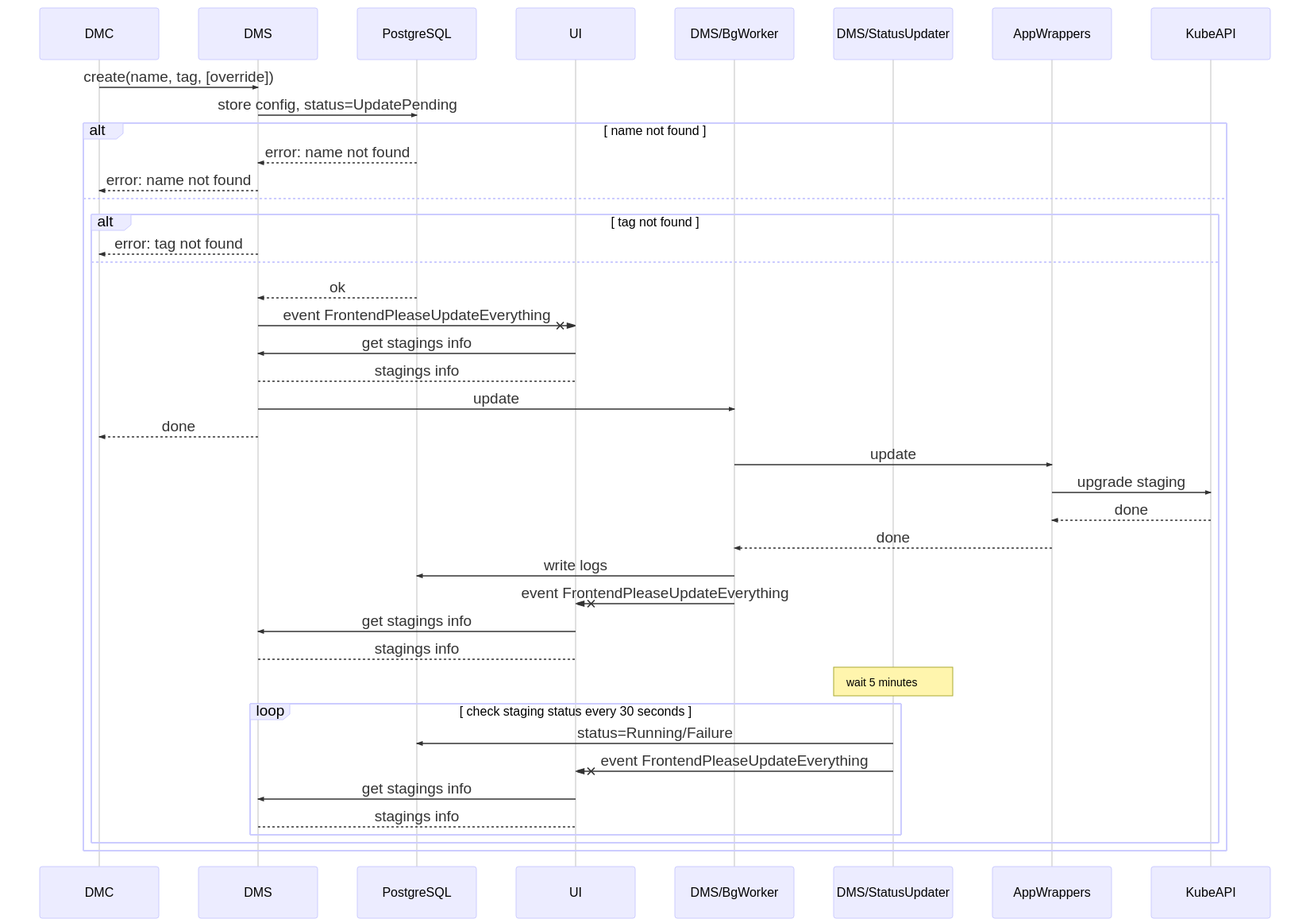
The Mermaid diagram docs/diagrams/images/technical-architecture-update-via-cli.png in typeable/octopod, before a commit. Its source is kept beside it as docs/diagrams/src/technical-architecture-update-via-cli.mmd.
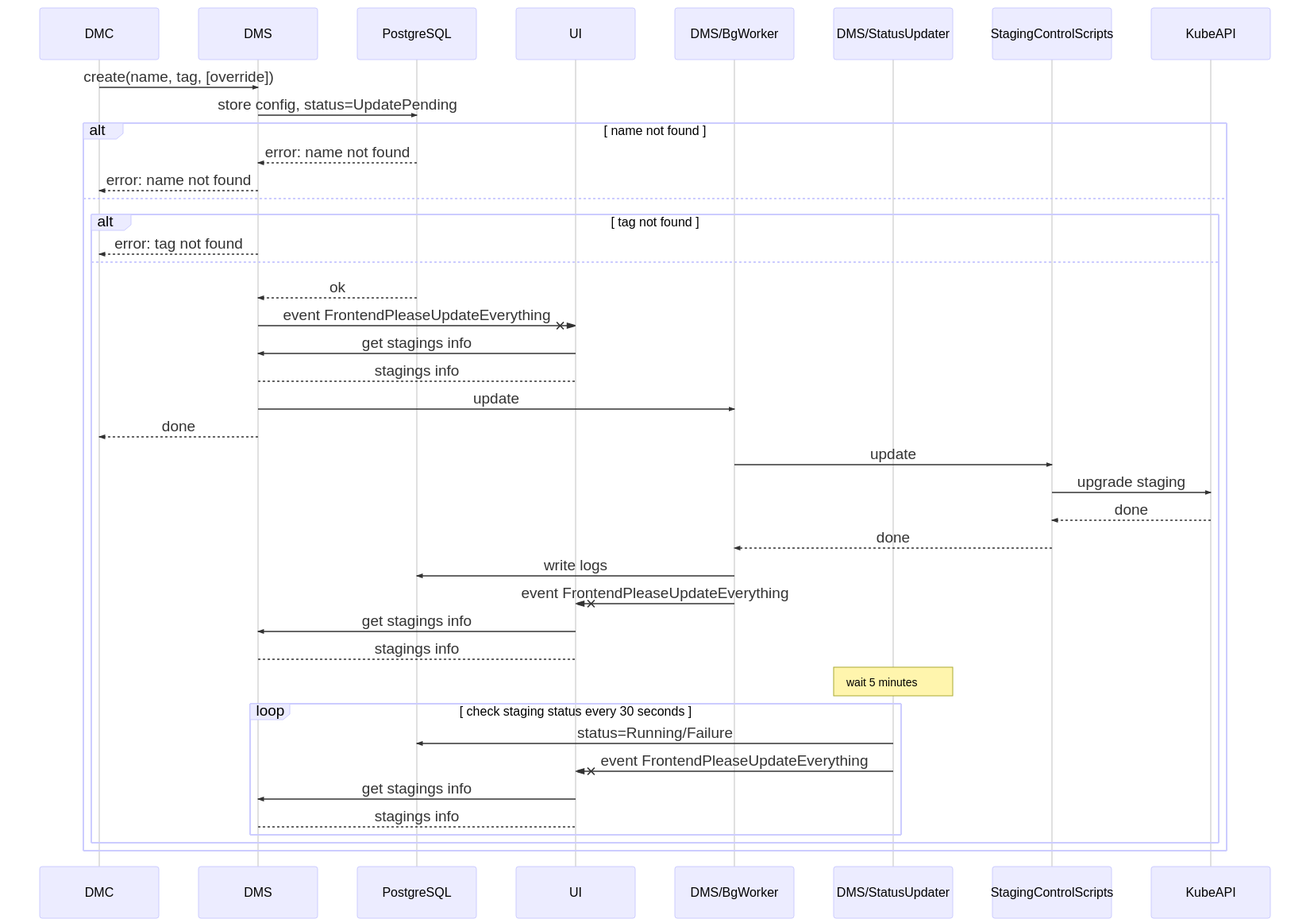
The same diagram one commit later.

Diff of the diagram source:
```diff
@@ -5,7 +5,7 @@
     participant UI
     participant DMS/BgWorker
     participant DMS/StatusUpdater
-    participant AppWrappers
+    participant StagingControlScripts
     participant KubeAPI
     DMC->>DMS: create(name, tag, [override])
     DMS->>PostgreSQL: store config, status=UpdatePending
@@ -22,10 +22,10 @@
             DMS-->UI: stagings info
             DMS->>DMS/BgWorker: update
             DMS-->>DMC: done
-            DMS/BgWorker->>AppWrappers: update
-            AppWrappers->>KubeAPI: upgrade staging
-            KubeAPI-->>AppWrappers: done
-            AppWrappers-->>DMS/BgWorker: done
+            DMS/BgWorker->>StagingControlScripts: update
+            StagingControlScripts->>KubeAPI: upgrade staging
+            KubeAPI-->>StagingControlScripts: done
+            StagingControlScripts-->>DMS/BgWorker: done
             DMS/BgWorker->>PostgreSQL: write logs
             DMS/BgWorker-xUI: event FrontendPleaseUpdateEverything
             UI->>DMS: get stagings info
```
